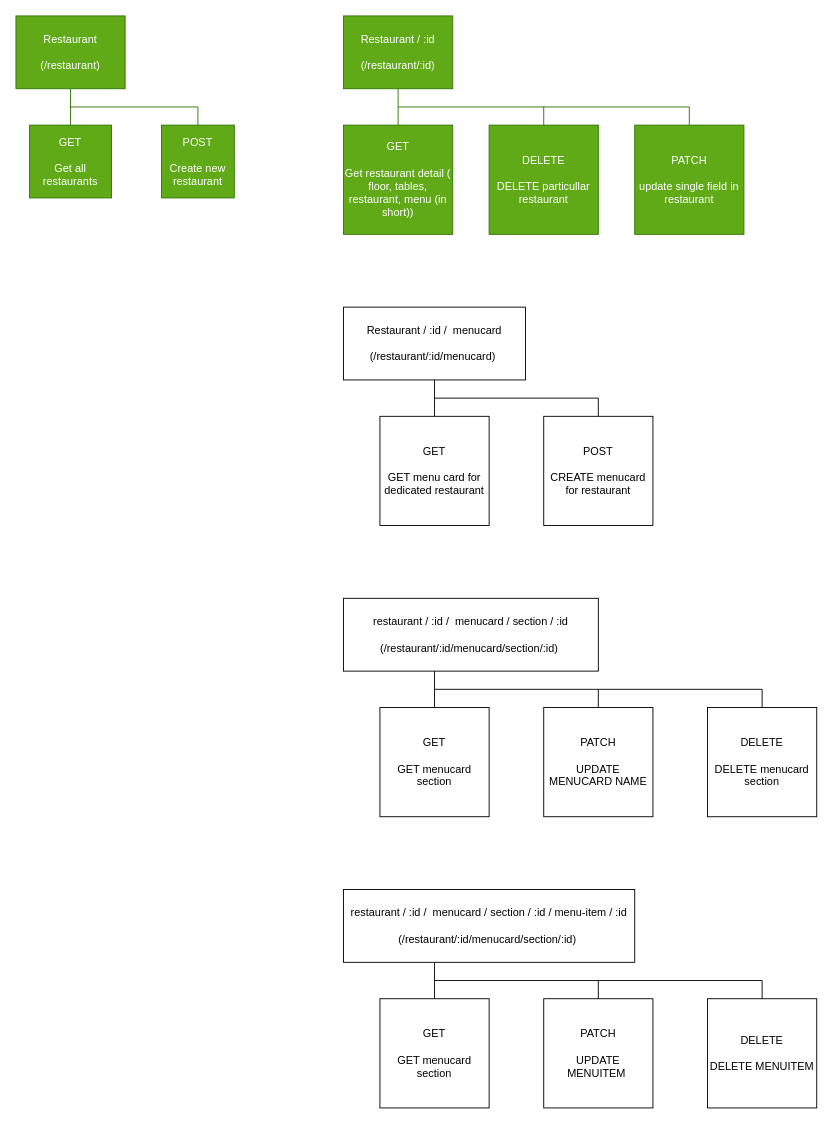
This is page "API-Endpoints" (2 of 2) of docs/Application-Documentation/Application-Documentation-v1.drawio from suyashl13/Menyokard, a draw.io file, before an edit. Source tidied: cells renumbered, new cells numbered last; positions are measured from the earlier drawing's top-left corner, leaving out a move shared by most shapes. Both pictures are drawn from the tidied source at 91%, with x=0, y=0 at pixel (15, 15).
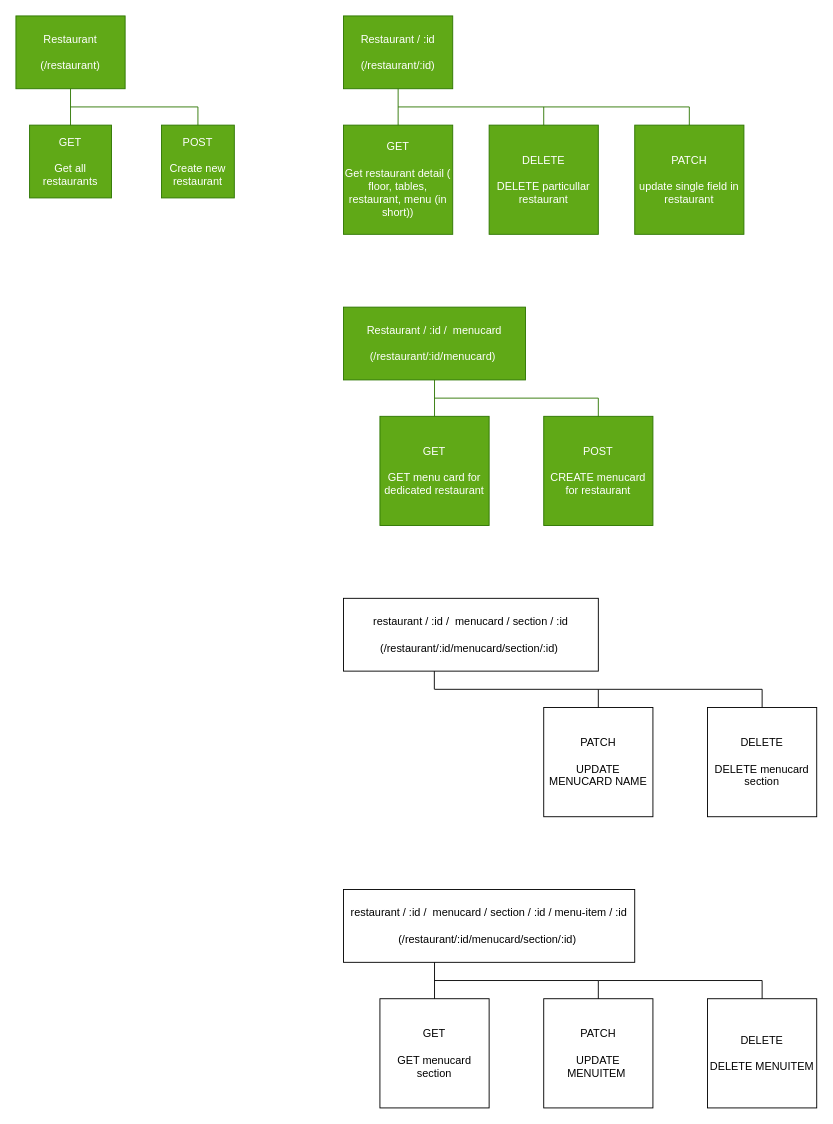
Above is the later version.

Commit message (it also covers changes not shown here):
add: added menucard api

Diff of the diagram source:
```diff
@@
-    <mxCell id="16" value="Restaurant / :id /&amp;nbsp; menucard&lt;div&gt;&lt;br&gt;&lt;/div&gt;&lt;div&gt;(/restaurant/:id/menucard)&amp;nbsp;&lt;/div&gt;" style="rounded=0;whiteSpace=wrap;html=1;" parent="1" vertex="1">
+    <mxCell id="16" value="Restaurant / :id /&amp;nbsp; menucard&lt;div&gt;&lt;br&gt;&lt;/div&gt;&lt;div&gt;(/restaurant/:id/menucard)&amp;nbsp;&lt;/div&gt;" style="rounded=0;whiteSpace=wrap;html=1;fillColor=#60a917;fontColor=#ffffff;strokeColor=#2D7600;" parent="1" vertex="1">
       <mxGeometry x="360" y="320" width="200" height="80" as="geometry" />
     </mxCell>
-    <mxCell id="17" value="GET&lt;div&gt;&lt;div&gt;&lt;br&gt;&lt;/div&gt;&lt;/div&gt;&lt;div&gt;GET menu card for dedicated restaurant&lt;/div&gt;" style="rounded=0;whiteSpace=wrap;html=1;" parent="1" vertex="1">
+    <mxCell id="17" value="GET&lt;div&gt;&lt;div&gt;&lt;br&gt;&lt;/div&gt;&lt;/div&gt;&lt;div&gt;GET menu card for dedicated restaurant&lt;/div&gt;" style="rounded=0;whiteSpace=wrap;html=1;fillColor=#60a917;fontColor=#ffffff;strokeColor=#2D7600;" parent="1" vertex="1">
       <mxGeometry x="400" y="440" width="120" height="120" as="geometry" />
     </mxCell>
-    <mxCell id="18" style="endArrow=none;html=1;rounded=0;entryX=0.5;entryY=1;entryDx=0;entryDy=0;exitX=0.5;exitY=0;exitDx=0;exitDy=0;" parent="1" edge="1" source="17">
+    <mxCell id="18" style="endArrow=none;html=1;rounded=0;entryX=0.5;entryY=1;entryDx=0;entryDy=0;exitX=0.5;exitY=0;exitDx=0;exitDy=0;fillColor=#60a917;strokeColor=#2D7600;" parent="1" edge="1" source="17">
       <mxGeometry relative="1" as="geometry">
         <mxPoint x="460" y="400" as="targetPoint" />
       </mxGeometry>
     </mxCell>
-    <mxCell id="19" style="endArrow=none;html=1;rounded=0;" parent="1" edge="1">
+    <mxCell id="19" style="endArrow=none;html=1;rounded=0;fillColor=#60a917;strokeColor=#2D7600;" parent="1" edge="1">
       <mxGeometry relative="1" as="geometry">
         <mxPoint x="460" y="420" as="sourcePoint" />
         <mxPoint x="640" y="420" as="targetPoint" />
       </mxGeometry>
     </mxCell>
-    <mxCell id="20" value="&lt;div&gt;POST&lt;/div&gt;&lt;div&gt;&lt;br&gt;&lt;/div&gt;&lt;div&gt;CREATE menucard for restaurant&lt;/div&gt;" style="rounded=0;whiteSpace=wrap;html=1;" parent="1" vertex="1">
+    <mxCell id="20" value="&lt;div&gt;POST&lt;/div&gt;&lt;div&gt;&lt;br&gt;&lt;/div&gt;&lt;div&gt;CREATE menucard for restaurant&lt;/div&gt;" style="rounded=0;whiteSpace=wrap;html=1;fillColor=#60a917;fontColor=#ffffff;strokeColor=#2D7600;" parent="1" vertex="1">
       <mxGeometry x="580" y="440" width="120" height="120" as="geometry" />
     </mxCell>
-    <mxCell id="21" style="endArrow=none;html=1;rounded=0;exitX=0.5;exitY=0;exitDx=0;exitDy=0;" parent="1" edge="1" source="20">
+    <mxCell id="21" style="endArrow=none;html=1;rounded=0;exitX=0.5;exitY=0;exitDx=0;exitDy=0;fillColor=#60a917;strokeColor=#2D7600;" parent="1" edge="1" source="20">
       <mxGeometry relative="1" as="geometry">
         <mxPoint x="640" y="420" as="targetPoint" />
       </mxGeometry>
     </mxCell>
@@
-    <mxCell id="23" value="GET&lt;div&gt;&lt;div&gt;&lt;br&gt;&lt;/div&gt;&lt;/div&gt;&lt;div&gt;GET menucard section&lt;/div&gt;" style="rounded=0;whiteSpace=wrap;html=1;" parent="1" vertex="1">
-      <mxGeometry x="400" y="760" width="120" height="120" as="geometry" />
-    </mxCell>
-    <mxCell id="24" style="endArrow=none;html=1;rounded=0;entryX=0.5;entryY=1;entryDx=0;entryDy=0;exitX=0.5;exitY=0;exitDx=0;exitDy=0;" parent="1" edge="1" source="23">
-      <mxGeometry relative="1" as="geometry">
-        <mxPoint x="460" y="720" as="targetPoint" />
-      </mxGeometry>
-    </mxCell>
@@
+    <mxCell id="40" style="endArrow=none;html=1;rounded=0;exitX=0.5;exitY=0;exitDx=0;exitDy=0;" parent="1" edge="1">
+      <mxGeometry relative="1" as="geometry">
+        <mxPoint x="459.8" y="740" as="sourcePoint" />
+        <mxPoint x="459.8" y="720" as="targetPoint" />
+      </mxGeometry>
+    </mxCell>
```
